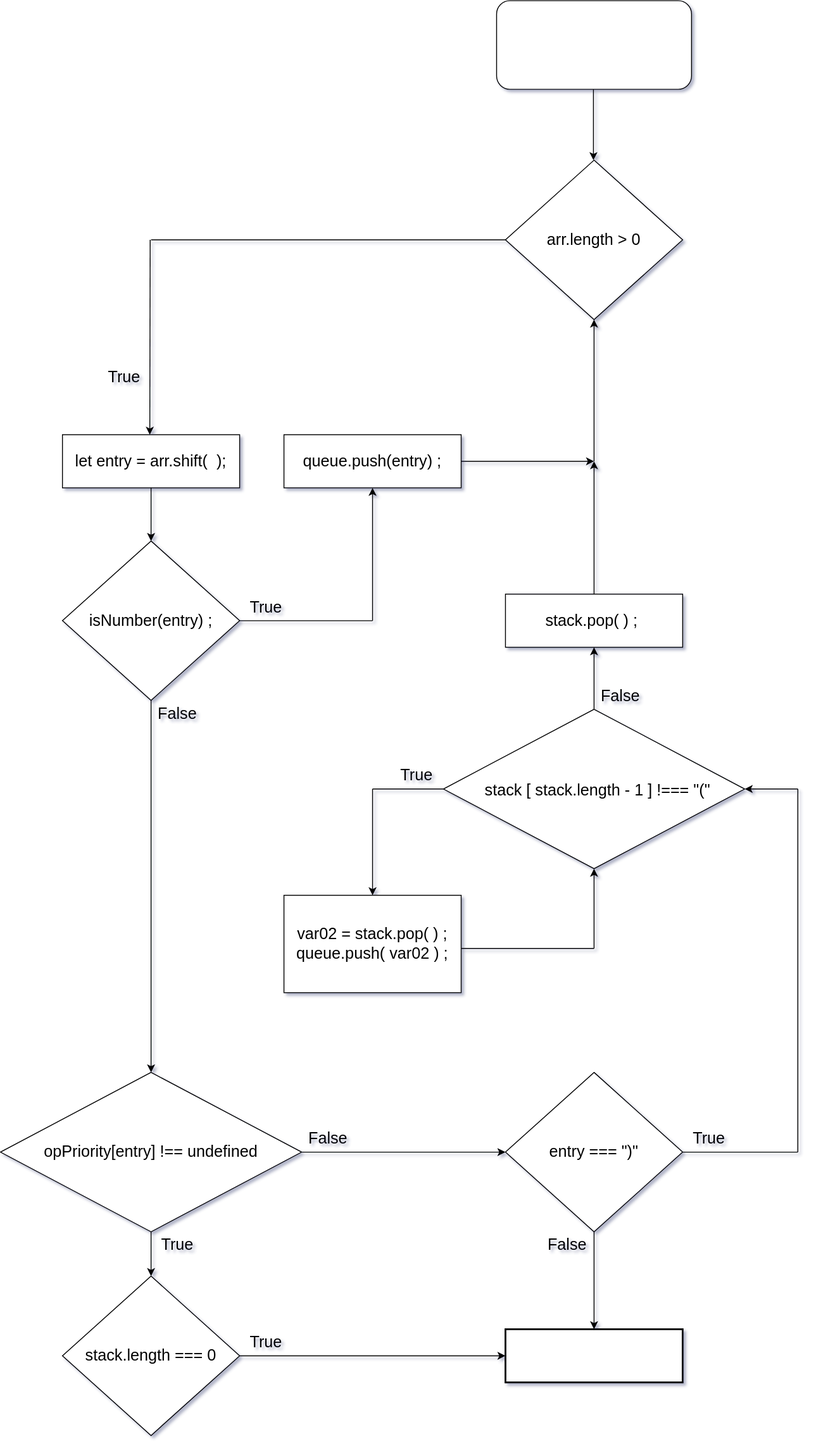
Above: Untitled Diagram.drawio.svg in jcgm3205/jcgm3205 (draw.io), before the change. Source tidied: cells renumbered, new cells last; positions are measured from the earlier drawing's top-left corner, leaving out a move shared by most shapes.
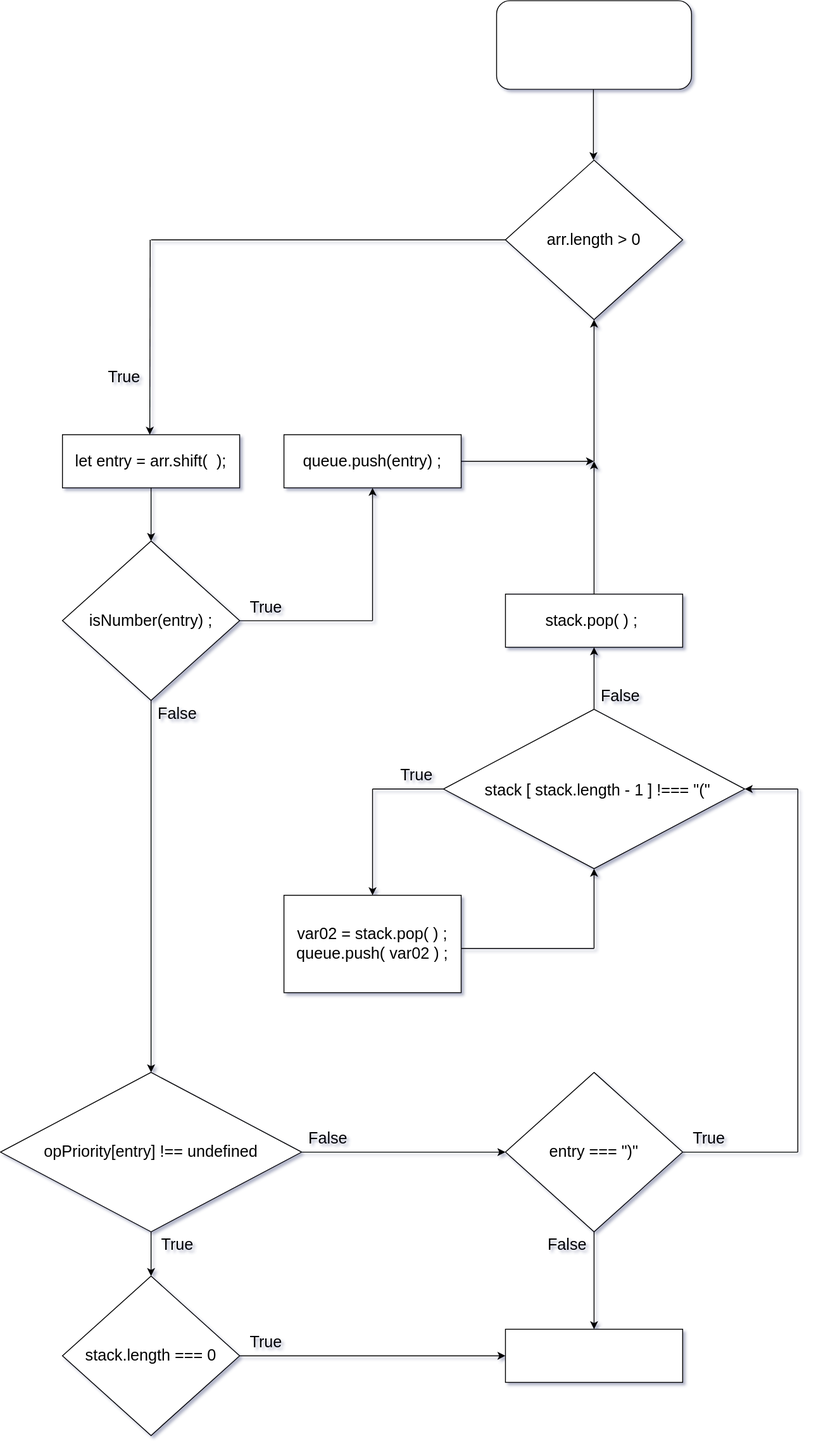
After the commit.

The edit, as a diff of the source:
```diff
@@ -192,7 +192,7 @@
     <mxCell id="49" value="stack.length === 0" style="text;html=1;strokeColor=none;fillColor=none;align=center;verticalAlign=middle;whiteSpace=wrap;rounded=0;fontSize=18;" parent="1" vertex="1">
       <mxGeometry x="90" y="1480" width="160" height="100" as="geometry" />
     </mxCell>
-    <mxCell id="50" style="rounded=0;whiteSpace=wrap;html=1;fontSize=18;strokeWidth=2;" parent="1" vertex="1">
+    <mxCell id="50" style="rounded=0;whiteSpace=wrap;html=1;fontSize=18;strokeWidth=1;" parent="1" vertex="1">
       <mxGeometry x="570" y="1500" width="200" height="60" as="geometry" />
     </mxCell>
     <mxCell id="51" style="endArrow=classic;html=1;rounded=0;fontSize=18;exitX=0.5;exitY=0;exitDx=0;exitDy=0;" parent="1" edge="1" source="26">
```
